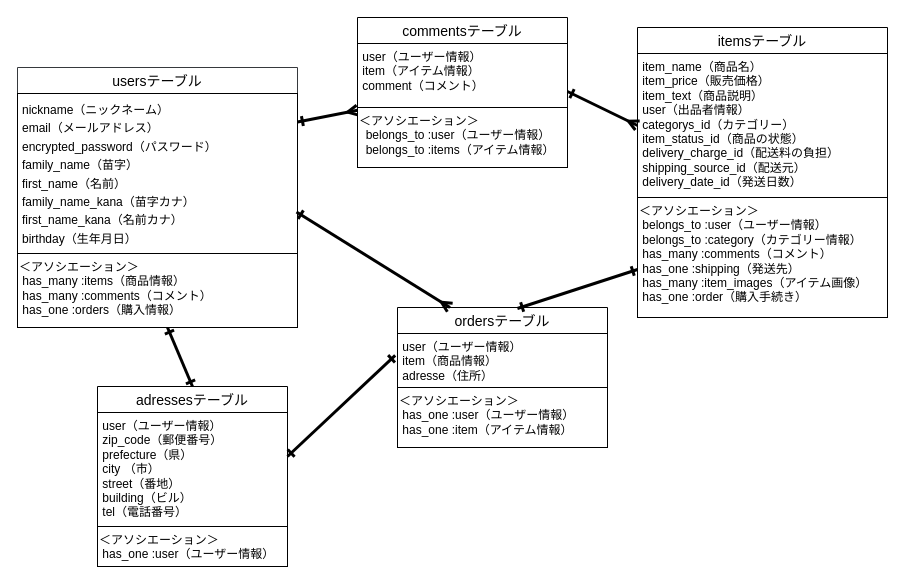
The draw.io diagram furima.dio in OgawaManami/furima-39432, before the edit. Source tidied: cells renumbered, new cells numbered last; positions are measured from the earlier drawing's top-left corner, leaving out a move shared by most shapes. Both pictures are drawn from the tidied source at 100%, with x=0, y=0 at pixel (17, 17).
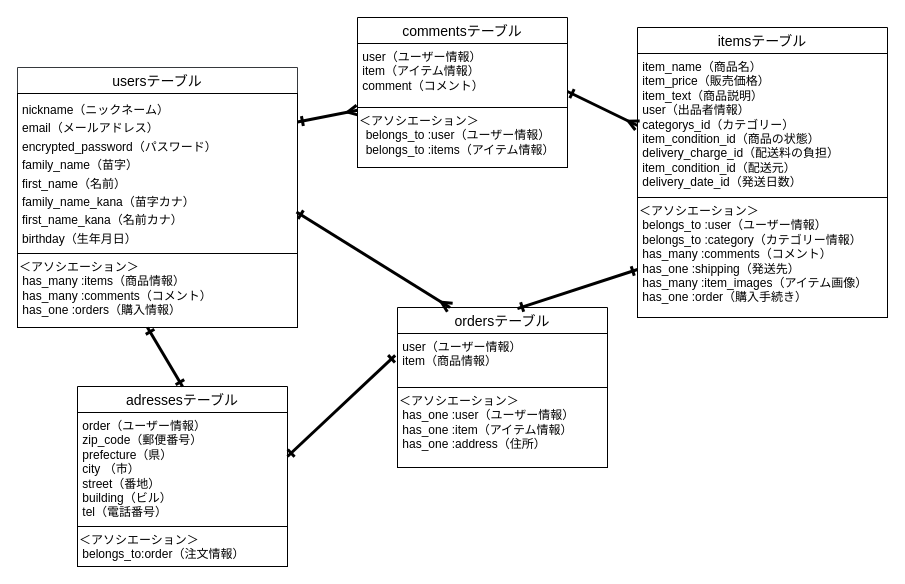
Above is the later version.

Commit message (it also covers changes not shown here):
データベース設計5

# What
ER図・READMEの修正

# Why
データベース設計のため

Unchanged cells that the change refers to:
```xml
<mxCell id="6" value="itemsテーブル" style="swimlane;fontStyle=0;horizontal=1;startSize=26;align=center;fontSize=14;labelBackgroundColor=none;fillColor=#FFFFFF;strokeColor=#000000;fontColor=#000000;" parent="1" vertex="1">
  <mxGeometry x="620" y="10" width="250" height="290" as="geometry" />
</mxCell>
```

Change to the diagram source:
```diff
@@
-    <mxCell id="7" value="&amp;nbsp;item_name（商品名）&lt;br&gt;&amp;nbsp;item_price（販売価格）&lt;br&gt;&amp;nbsp;item_text（商品説明）&lt;br&gt;&amp;nbsp;user（出品者情報）&lt;br&gt;&amp;nbsp;categorys_id（カテゴリー）&lt;br&gt;&amp;nbsp;item_status_id（商品の状態）&lt;br&gt;&amp;nbsp;delivery_charge_id（配送料の負担）&lt;br&gt;&amp;nbsp;shipping_source_id（配送元）&lt;br&gt;&amp;nbsp;delivery_date_id（発送日数）" style="text;whiteSpace=wrap;html=1;fillColor=#FFFFFF;fontColor=#000000;strokeColor=#000000;" parent="6" vertex="1">
+    <mxCell id="7" value="&amp;nbsp;item_name（商品名）&lt;br&gt;&amp;nbsp;item_price（販売価格）&lt;br&gt;&amp;nbsp;item_text（商品説明）&lt;br&gt;&amp;nbsp;user（出品者情報）&lt;br&gt;&amp;nbsp;categorys_id（カテゴリー）&lt;br&gt;&amp;nbsp;item_condition_id（商品の状態）&lt;br&gt;&amp;nbsp;delivery_charge_id（配送料の負担）&lt;br&gt;&amp;nbsp;item_condition_id（配送元）&lt;br&gt;&amp;nbsp;delivery_date_id（発送日数）" style="text;whiteSpace=wrap;html=1;fillColor=#FFFFFF;fontColor=#000000;strokeColor=#000000;" parent="6" vertex="1">
       <mxGeometry y="26" width="250" height="144" as="geometry" />
     </mxCell>
@@
     <mxCell id="12" value="ordersテーブル" style="swimlane;fontStyle=0;horizontal=1;startSize=26;align=center;fontSize=14;labelBackgroundColor=none;fillColor=#FFFFFF;fontColor=#000000;strokeColor=#000000;" parent="1" vertex="1">
-      <mxGeometry x="380" y="290" width="210" height="140" as="geometry" />
+      <mxGeometry x="380" y="290" width="210" height="160" as="geometry" />
     </mxCell>
-    <mxCell id="13" value="&lt;div&gt;&amp;nbsp;user（ユーザー情報）&lt;/div&gt;&lt;div&gt;&amp;nbsp;item（商品情報）&lt;/div&gt;&lt;div&gt;&amp;nbsp;adresse（住所）&lt;/div&gt;" style="text;whiteSpace=wrap;html=1;fillColor=#FFFFFF;fontColor=#000000;strokeColor=#000000;" parent="12" vertex="1">
+    <mxCell id="13" value="&lt;div&gt;&amp;nbsp;user（ユーザー情報）&lt;/div&gt;&lt;div&gt;&amp;nbsp;item（商品情報）&lt;/div&gt;" style="text;whiteSpace=wrap;html=1;fillColor=#FFFFFF;fontColor=#000000;strokeColor=#000000;" parent="12" vertex="1">
       <mxGeometry y="26" width="210" height="54" as="geometry" />
     </mxCell>
-    <mxCell id="14" value="&lt;div&gt;＜アソシエーション＞&lt;/div&gt;&lt;div&gt;&amp;nbsp;has_one :user（ユーザー情報）&lt;/div&gt;&lt;div&gt;&amp;nbsp;has_one :item（アイテム情報）&lt;/div&gt;" style="text;whiteSpace=wrap;html=1;fillColor=#FFFFFF;fontColor=#000000;strokeColor=#000000;" parent="12" vertex="1">
-      <mxGeometry y="80" width="210" height="60" as="geometry" />
+    <mxCell id="14" value="&lt;div&gt;＜アソシエーション＞&lt;/div&gt;&lt;div&gt;&amp;nbsp;has_one :user（ユーザー情報）&lt;/div&gt;&lt;div&gt;&amp;nbsp;has_one :item（アイテム情報）&lt;br&gt;&amp;nbsp;has_one :address（住所）&lt;/div&gt;" style="text;whiteSpace=wrap;html=1;fillColor=#FFFFFF;fontColor=#000000;strokeColor=#000000;" parent="12" vertex="1">
+      <mxGeometry y="80" width="210" height="80" as="geometry" />
     </mxCell>
@@
     <mxCell id="18" value="adressesテーブル" style="swimlane;fontStyle=0;horizontal=1;startSize=26;align=center;fontSize=14;labelBackgroundColor=none;fillColor=#FFFFFF;fontColor=#000000;strokeColor=#000000;" parent="1" vertex="1">
-      <mxGeometry x="80" y="369" width="190" height="140" as="geometry" />
+      <mxGeometry x="60" y="369" width="210" height="140" as="geometry" />
     </mxCell>
-    <mxCell id="19" value="&lt;div&gt;&amp;nbsp;user（ユーザー情報）&lt;/div&gt;&lt;div&gt;&amp;nbsp;zip_code（郵便番号）&amp;nbsp;&lt;/div&gt;&lt;div&gt;&amp;nbsp;prefecture（県）&lt;br&gt;&lt;/div&gt;&lt;div&gt;&amp;nbsp;city&amp;nbsp;（市）&lt;/div&gt;&lt;div&gt;&amp;nbsp;street（番地）&lt;br&gt;&lt;/div&gt;&lt;div&gt;&amp;nbsp;building（ビル）&lt;/div&gt;&lt;div&gt;&amp;nbsp;tel（電話番号）&lt;/div&gt;" style="text;whiteSpace=wrap;html=1;fillColor=#FFFFFF;fontColor=#000000;strokeColor=#000000;" parent="18" vertex="1">
-      <mxGeometry y="26" width="190" height="114" as="geometry" />
+    <mxCell id="19" value="&lt;div&gt;&amp;nbsp;order（ユーザー情報）&lt;/div&gt;&lt;div&gt;&amp;nbsp;zip_code（郵便番号）&amp;nbsp;&lt;/div&gt;&lt;div&gt;&amp;nbsp;prefecture（県）&lt;br&gt;&lt;/div&gt;&lt;div&gt;&amp;nbsp;city&amp;nbsp;（市）&lt;/div&gt;&lt;div&gt;&amp;nbsp;street（番地）&lt;br&gt;&lt;/div&gt;&lt;div&gt;&amp;nbsp;building（ビル）&lt;/div&gt;&lt;div&gt;&amp;nbsp;tel（電話番号）&lt;/div&gt;" style="text;whiteSpace=wrap;html=1;fillColor=#FFFFFF;fontColor=#000000;strokeColor=#000000;" parent="18" vertex="1">
+      <mxGeometry y="26" width="210" height="114" as="geometry" />
     </mxCell>
@@
-    <mxCell id="22" value="&lt;div&gt;＜アソシエーション＞&lt;/div&gt;&lt;div&gt;&amp;nbsp;has_one :user（ユーザー情報）&lt;/div&gt;" style="text;whiteSpace=wrap;html=1;fillColor=#FFFFFF;fontColor=#000000;strokeColor=#000000;" parent="1" vertex="1">
-      <mxGeometry x="80" y="509" width="190" height="40" as="geometry" />
+    <mxCell id="22" value="&lt;div&gt;＜アソシエーション＞&lt;/div&gt;&lt;div&gt;&amp;nbsp;belongs_to:order（注文情報）&lt;/div&gt;" style="text;whiteSpace=wrap;html=1;fillColor=#FFFFFF;fontColor=#000000;strokeColor=#000000;" parent="1" vertex="1">
+      <mxGeometry x="60" y="509" width="210" height="40" as="geometry" />
     </mxCell>
```
